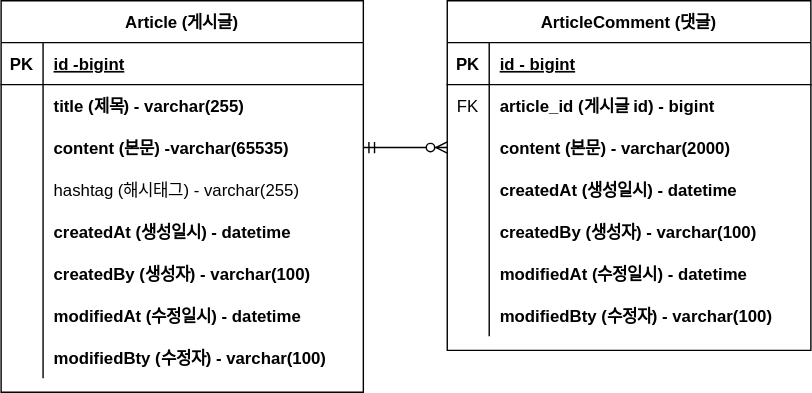
Earlier version of the draw.io export document/project-board -erd.svg (jihoone/project-board). Source tidied: cells renumbered, new cells last; positions are measured from the earlier drawing's top-left corner, leaving out a move shared by most shapes.
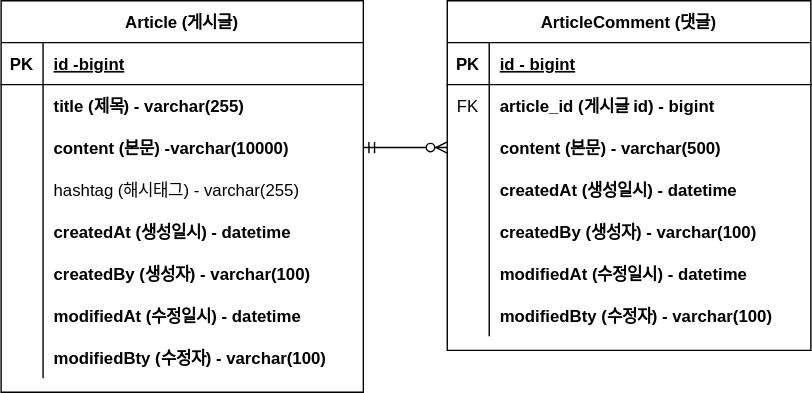
After the commit.

Commit message:
#10 - erd 업데이트: content 사이즈 변경

Diff of the diagram source:
```diff
@@ -29,7 +29,7 @@
     <mxCell id="10" style="shape=partialRectangle;fillColor=none;top=0;left=0;bottom=0;right=0;overflow=hidden;" parent="9" vertex="1">
       <mxGeometry width="30" height="30" as="geometry" />
     </mxCell>
-    <mxCell id="11" value="content (본문) -varchar(65535)" style="shape=partialRectangle;fillColor=none;top=0;left=0;bottom=0;right=0;align=left;spacingLeft=6;overflow=hidden;fontStyle=1;" parent="9" vertex="1">
+    <mxCell id="11" value="content (본문) -varchar(10000)" style="shape=partialRectangle;fillColor=none;top=0;left=0;bottom=0;right=0;align=left;spacingLeft=6;overflow=hidden;fontStyle=1;" parent="9" vertex="1">
       <mxGeometry x="30" width="229" height="30" as="geometry" />
     </mxCell>
     <mxCell id="12" style="shape=tableRow;horizontal=0;startSize=0;swimlaneHead=0;swimlaneBody=0;fillColor=none;top=0;left=0;right=0;bottom=0;" parent="2" vertex="1">
@@ -104,7 +104,7 @@
     <mxCell id="35" style="shape=partialRectangle;fillColor=none;top=0;left=0;bottom=0;right=0;overflow=hidden;" parent="34" vertex="1">
       <mxGeometry width="30" height="30" as="geometry" />
     </mxCell>
-    <mxCell id="36" value="content (본문) - varchar(2000)" style="shape=partialRectangle;fillColor=none;top=0;left=0;bottom=0;right=0;align=left;spacingLeft=6;overflow=hidden;fontStyle=1;" parent="34" vertex="1">
+    <mxCell id="36" value="content (본문) - varchar(500)" style="shape=partialRectangle;fillColor=none;top=0;left=0;bottom=0;right=0;align=left;spacingLeft=6;overflow=hidden;fontStyle=1;" parent="34" vertex="1">
       <mxGeometry x="30" width="230" height="30" as="geometry" />
     </mxCell>
     <mxCell id="37" style="shape=tableRow;horizontal=0;startSize=0;swimlaneHead=0;swimlaneBody=0;fillColor=none;top=0;left=0;right=0;bottom=0;" parent="27" vertex="1">
```
